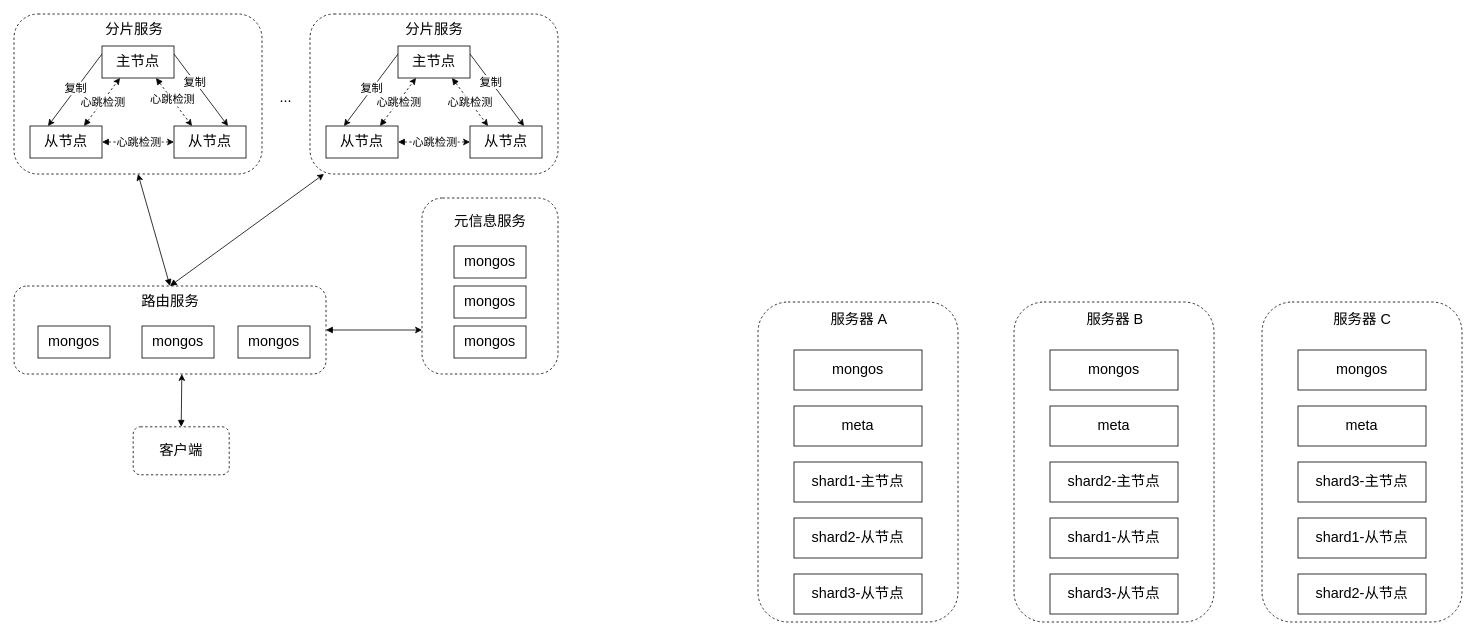
Above: page "mongodb" (2 of 2) of structure.drawio in WWj5921/ConfigCenter (draw.io), before the change. Source tidied: cells renumbered, new cells numbered last; positions are measured from the earlier drawing's top-left corner, leaving out a move shared by most shapes. Both pictures are drawn from the tidied source at 80%, with x=0, y=0 at pixel (14, 14).
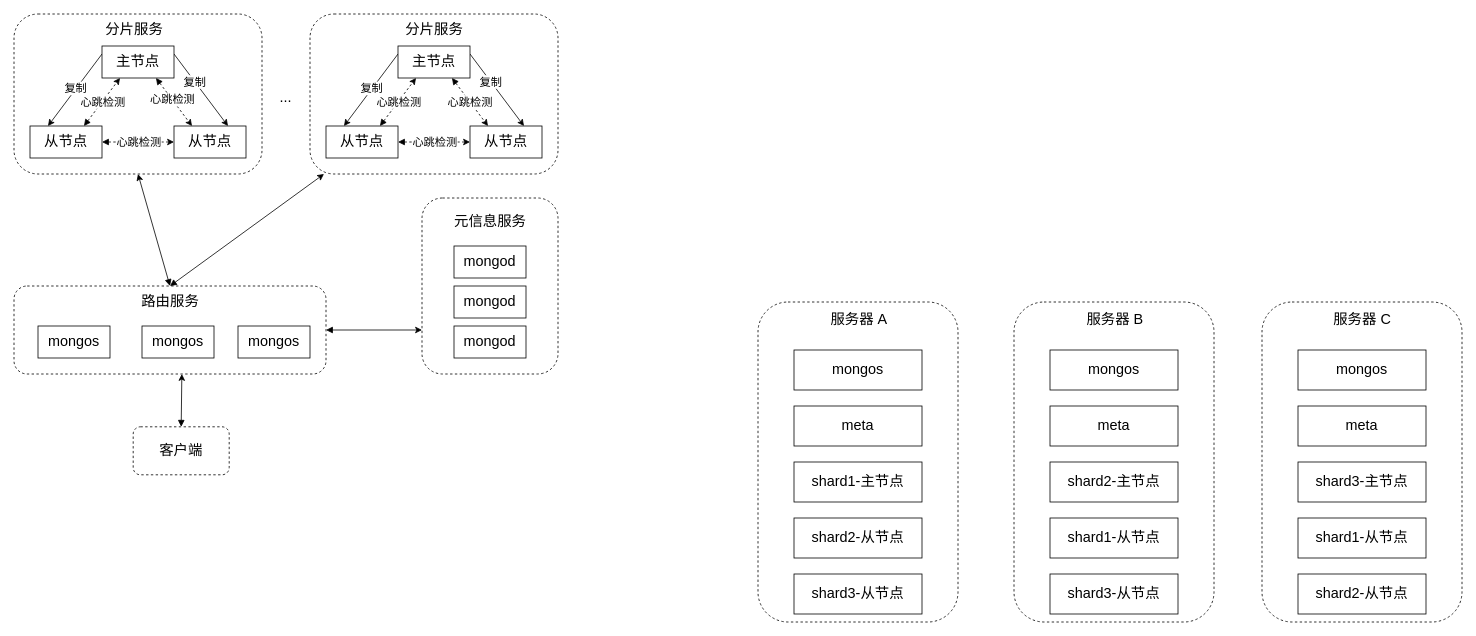
Above is the later version.

The edit, as a diff of the source:
```diff
@@
-    <mxCell id="40" value="mongos" style="rounded=0;whiteSpace=wrap;html=1;fontSize=18;" parent="1" vertex="1">
+    <mxCell id="40" value="mongod" style="rounded=0;whiteSpace=wrap;html=1;fontSize=18;" parent="1" vertex="1">
       <mxGeometry x="550" y="290" width="90" height="40" as="geometry" />
     </mxCell>
-    <mxCell id="41" value="mongos" style="rounded=0;whiteSpace=wrap;html=1;fontSize=18;" parent="1" vertex="1">
+    <mxCell id="41" value="mongod" style="rounded=0;whiteSpace=wrap;html=1;fontSize=18;" parent="1" vertex="1">
       <mxGeometry x="550" y="390" width="90" height="40" as="geometry" />
     </mxCell>
-    <mxCell id="42" value="mongos" style="rounded=0;whiteSpace=wrap;html=1;fontSize=18;" parent="1" vertex="1">
+    <mxCell id="42" value="mongod" style="rounded=0;whiteSpace=wrap;html=1;fontSize=18;" parent="1" vertex="1">
       <mxGeometry x="550" y="340" width="90" height="40" as="geometry" />
     </mxCell>
```
